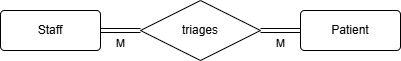
TheUncleLake/emergency_waitlist keeps this draw.io diagram as lab09/docs/schema.png. Above is the earlier version. Source tidied: cells renumbered, new cells last; positions are measured from the earlier drawing's top-left corner, leaving out a move shared by most shapes. Its diagram source:
```xml
<mxGraphModel>
  <root>
    <mxCell id="0" />
    <mxCell id="1" parent="0" />
    <mxCell id="2" value="Patient" style="rounded=1;arcSize=10;whiteSpace=wrap;html=1;align=center;" parent="1" vertex="1">
      <mxGeometry x="300" y="10" width="100" height="40" as="geometry" />
    </mxCell>
    <mxCell id="3" value="Staff" style="rounded=1;arcSize=10;whiteSpace=wrap;html=1;align=center;" parent="1" vertex="1">
      <mxGeometry y="10" width="100" height="40" as="geometry" />
    </mxCell>
    <mxCell id="4" value="M" style="edgeStyle=orthogonalEdgeStyle;rounded=0;jettySize=auto;html=1;entryX=0;entryY=0.5;entryDx=0;entryDy=0;shape=link;verticalAlign=top;" parent="1" edge="1" source="6" target="2">
      <mxGeometry relative="1" as="geometry" />
    </mxCell>
    <mxCell id="5" value="M" style="edgeStyle=orthogonalEdgeStyle;rounded=0;jettySize=auto;html=1;entryX=1;entryY=0.5;entryDx=0;entryDy=0;shape=link;verticalAlign=top;" parent="1" edge="1" source="6" target="3">
      <mxGeometry relative="1" as="geometry" />
    </mxCell>
    <mxCell id="6" value="triages" style="shape=rhombus;perimeter=rhombusPerimeter;whiteSpace=wrap;html=1;align=center;" parent="1" vertex="1">
      <mxGeometry x="140" width="120" height="60" as="geometry" />
    </mxCell>
  </root>
</mxGraphModel>
```
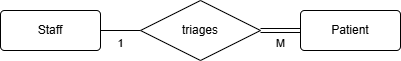
Above is the later version.

Commit message:
fixed the erd, and listed attributes

The edit, as a diff of the source:
```diff
@@ -11,7 +11,7 @@
     <mxCell id="4" value="M" style="edgeStyle=orthogonalEdgeStyle;rounded=0;jettySize=auto;html=1;entryX=0;entryY=0.5;entryDx=0;entryDy=0;shape=link;verticalAlign=top;" parent="1" edge="1" source="6" target="2">
       <mxGeometry relative="1" as="geometry" />
     </mxCell>
-    <mxCell id="5" value="M" style="edgeStyle=orthogonalEdgeStyle;rounded=0;jettySize=auto;html=1;entryX=1;entryY=0.5;entryDx=0;entryDy=0;shape=link;verticalAlign=top;" parent="1" edge="1" source="6" target="3">
+    <mxCell id="5" value="1" style="edgeStyle=orthogonalEdgeStyle;rounded=0;jettySize=auto;html=1;entryX=1;entryY=0.5;entryDx=0;entryDy=0;verticalAlign=top;endArrow=none;endFill=0;" parent="1" edge="1" source="6" target="3">
       <mxGeometry relative="1" as="geometry" />
     </mxCell>
     <mxCell id="6" value="triages" style="shape=rhombus;perimeter=rhombusPerimeter;whiteSpace=wrap;html=1;align=center;" parent="1" vertex="1">
```
